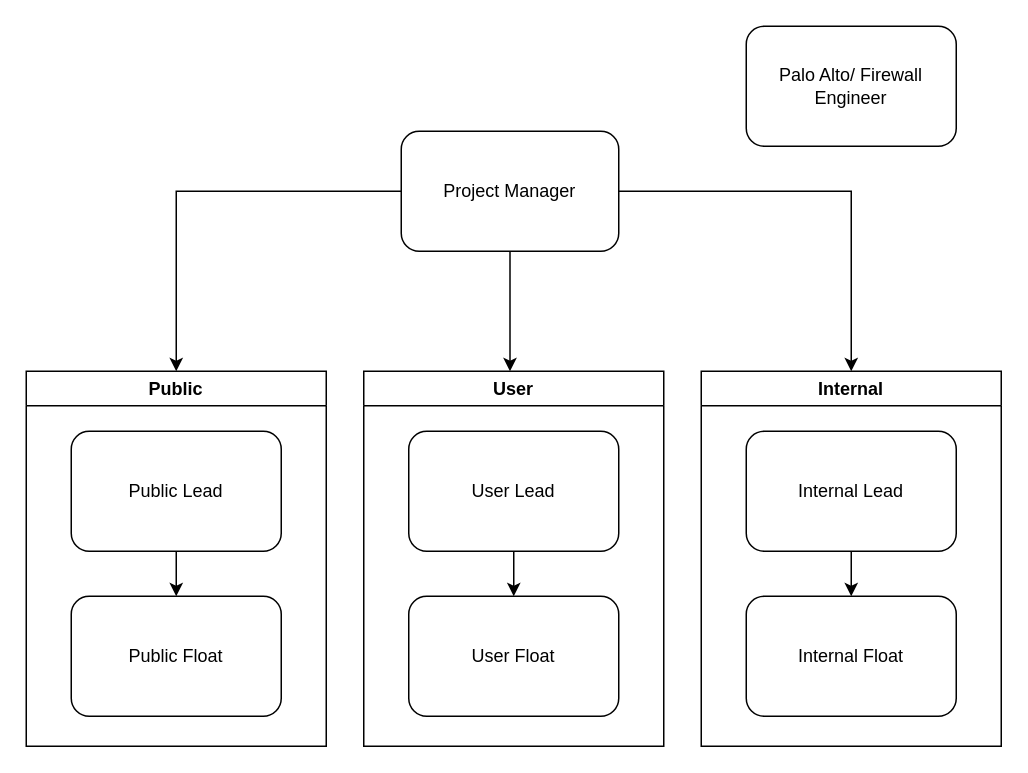
The draw.io diagram TeamPositionsCCDC.drawio in wDvy/Diagrams, before the edit. Source tidied: cells renumbered, new cells numbered last; positions are measured from the earlier drawing's top-left corner, leaving out a move shared by most shapes. Both pictures are drawn from the tidied source at 150%, with x=0, y=0 at pixel (26, 26).
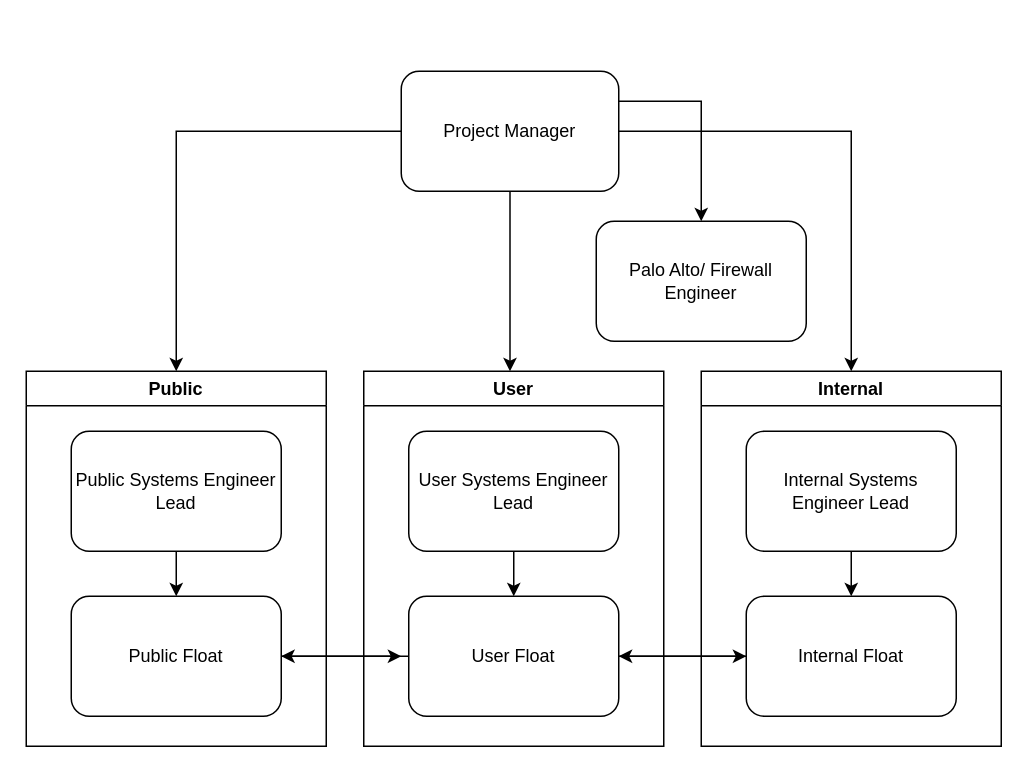
The same page after the edit.

The change refers to these unchanged cells:
```xml
<mxCell id="7" style="group;" parent="6" vertex="1">
  <mxGeometry x="30" y="40" width="140" height="190" as="geometry" />
</mxCell>
<mxCell id="9" value="Public Float" style="rounded=1;whiteSpace=wrap;html=1;" parent="7" vertex="1">
  <mxGeometry y="110" width="140" height="80" as="geometry" />
</mxCell>
<mxCell id="14" style="group;" parent="13" vertex="1">
  <mxGeometry x="30" y="40" width="140" height="190" as="geometry" />
</mxCell>
<mxCell id="16" value="User Float" style="rounded=1;whiteSpace=wrap;html=1;" parent="14" vertex="1">
  <mxGeometry y="110" width="140" height="80" as="geometry" />
</mxCell>
<mxCell id="21" style="group;" parent="20" vertex="1">
  <mxGeometry x="30" y="40" width="140" height="190" as="geometry" />
</mxCell>
<mxCell id="23" value="Internal Float" style="rounded=1;whiteSpace=wrap;html=1;" parent="21" vertex="1">
  <mxGeometry y="110" width="140" height="80" as="geometry" />
</mxCell>
```

Diff of the diagram source:
```diff
@@
+    <mxCell id="27" style="edgeStyle=orthogonalEdgeStyle;rounded=0;jettySize=auto;html=1;exitX=1;exitY=0.25;exitDx=0;exitDy=0;entryX=0.5;entryY=0;entryDx=0;entryDy=0;" parent="1" edge="1" source="5" target="26">
+      <mxGeometry relative="1" as="geometry" />
+    </mxCell>
     <mxCell id="5" value="Project Manager" style="rounded=1;whiteSpace=wrap;html=1;" parent="1" vertex="1">
-      <mxGeometry x="250" y="70" width="145" height="80" as="geometry" />
+      <mxGeometry x="250" y="30" width="145" height="80" as="geometry" />
     </mxCell>
@@
-    <mxCell id="8" value="Public Lead" style="rounded=1;whiteSpace=wrap;html=1;" parent="7" vertex="1">
+    <mxCell id="8" value="Public Systems Engineer Lead" style="rounded=1;whiteSpace=wrap;html=1;" parent="7" vertex="1">
       <mxGeometry width="140" height="80" as="geometry" />
     </mxCell>
+    <mxCell id="28" style="edgeStyle=orthogonalEdgeStyle;rounded=0;jettySize=auto;html=1;" parent="7" edge="1" source="9">
+      <mxGeometry relative="1" as="geometry">
+        <mxPoint x="220" y="150" as="targetPoint" />
+      </mxGeometry>
+    </mxCell>
@@
-    <mxCell id="15" value="User Lead" style="rounded=1;whiteSpace=wrap;html=1;" parent="14" vertex="1">
+    <mxCell id="15" value="User Systems Engineer Lead" style="rounded=1;whiteSpace=wrap;html=1;" parent="14" vertex="1">
       <mxGeometry width="140" height="80" as="geometry" />
     </mxCell>
@@
-    <mxCell id="22" value="Internal Lead" style="rounded=1;whiteSpace=wrap;html=1;" parent="21" vertex="1">
+    <mxCell id="22" value="Internal Systems Engineer Lead" style="rounded=1;whiteSpace=wrap;html=1;" parent="21" vertex="1">
       <mxGeometry width="140" height="80" as="geometry" />
     </mxCell>
@@
     <mxCell id="26" value="Palo Alto/ Firewall Engineer" style="rounded=1;whiteSpace=wrap;html=1;" parent="1" vertex="1">
-      <mxGeometry x="480" width="140" height="80" as="geometry" />
+      <mxGeometry x="380" y="130" width="140" height="80" as="geometry" />
     </mxCell>
+    <mxCell id="29" style="edgeStyle=orthogonalEdgeStyle;rounded=0;jettySize=auto;html=1;entryX=1;entryY=0.5;entryDx=0;entryDy=0;" parent="1" edge="1" source="16" target="9">
+      <mxGeometry relative="1" as="geometry" />
+    </mxCell>
+    <mxCell id="30" style="edgeStyle=orthogonalEdgeStyle;rounded=0;jettySize=auto;html=1;entryX=0;entryY=0.5;entryDx=0;entryDy=0;" parent="1" edge="1" source="16" target="23">
+      <mxGeometry relative="1" as="geometry" />
+    </mxCell>
+    <mxCell id="31" style="edgeStyle=orthogonalEdgeStyle;rounded=0;jettySize=auto;html=1;entryX=1;entryY=0.5;entryDx=0;entryDy=0;" parent="1" edge="1" source="23" target="16">
+      <mxGeometry relative="1" as="geometry" />
+    </mxCell>
```
